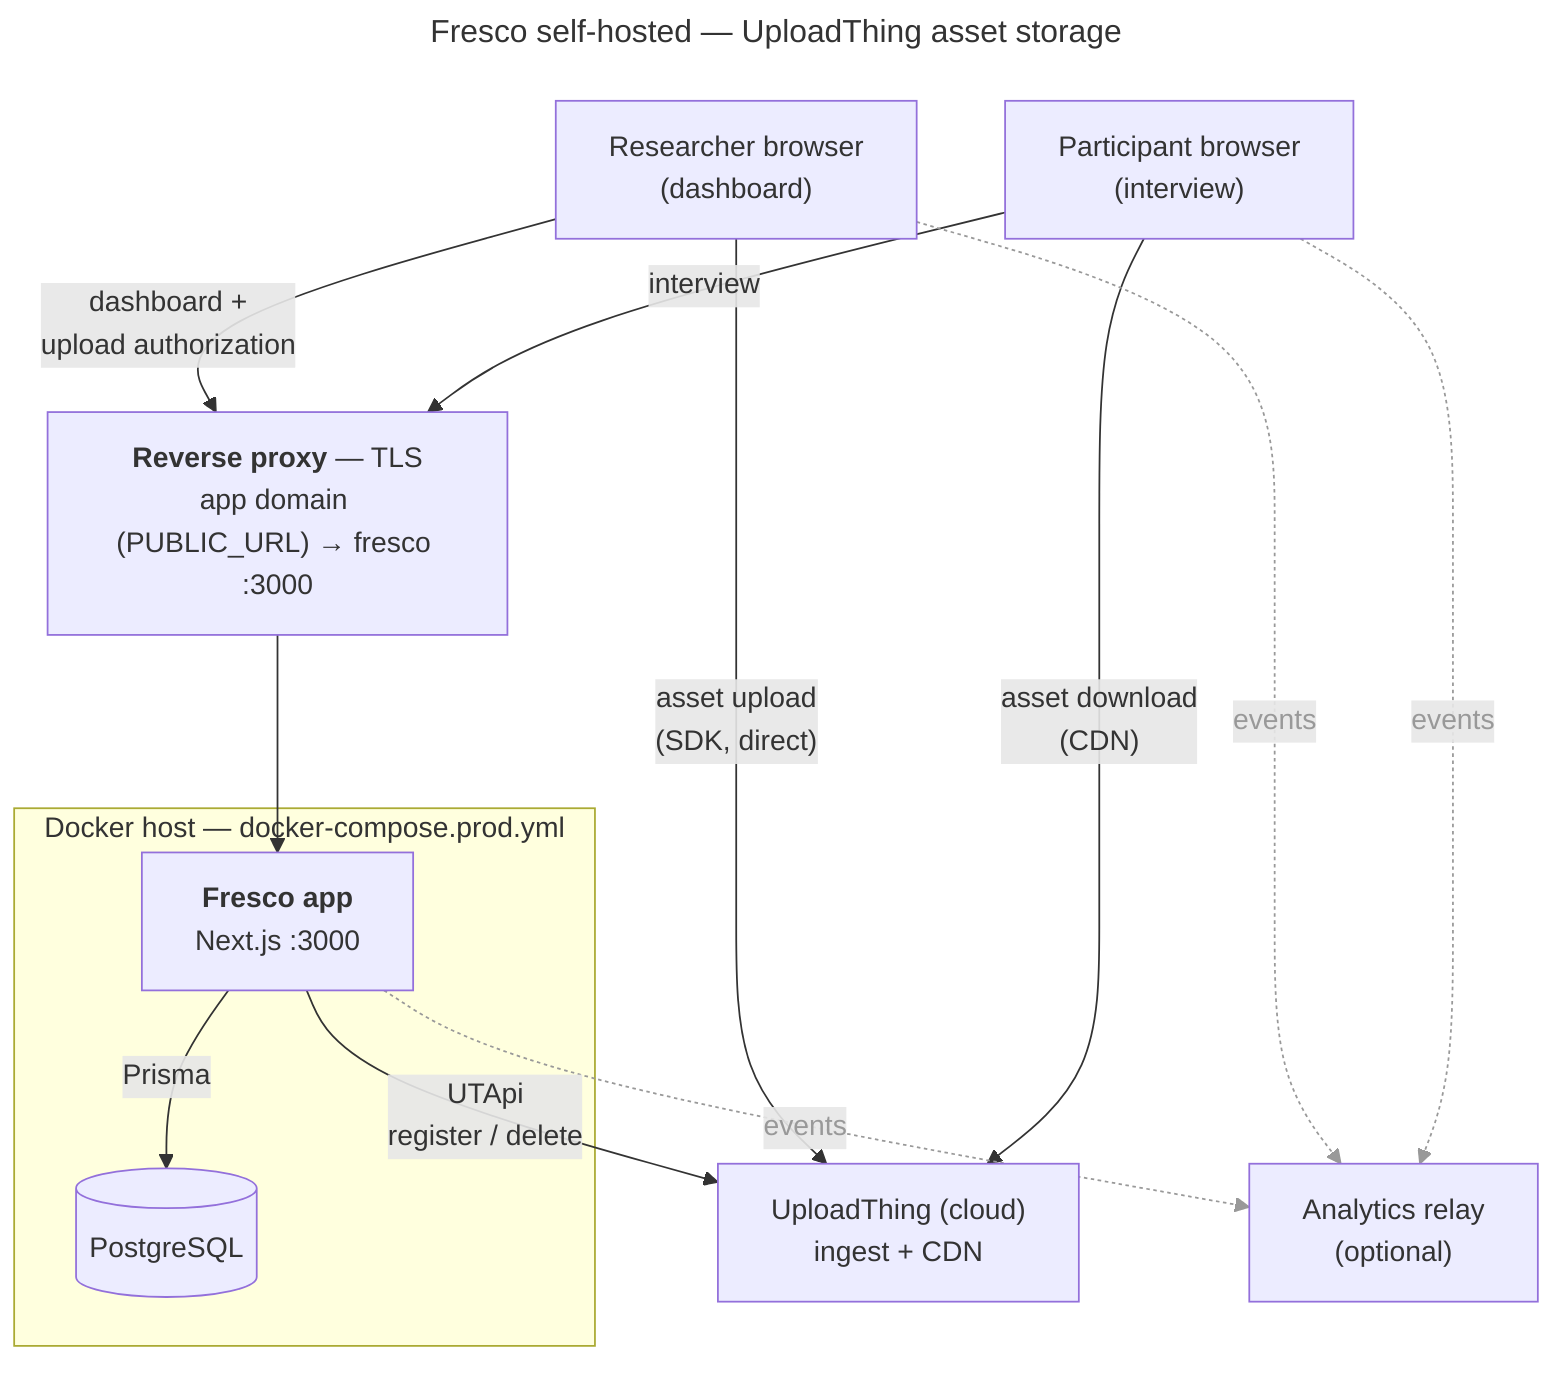
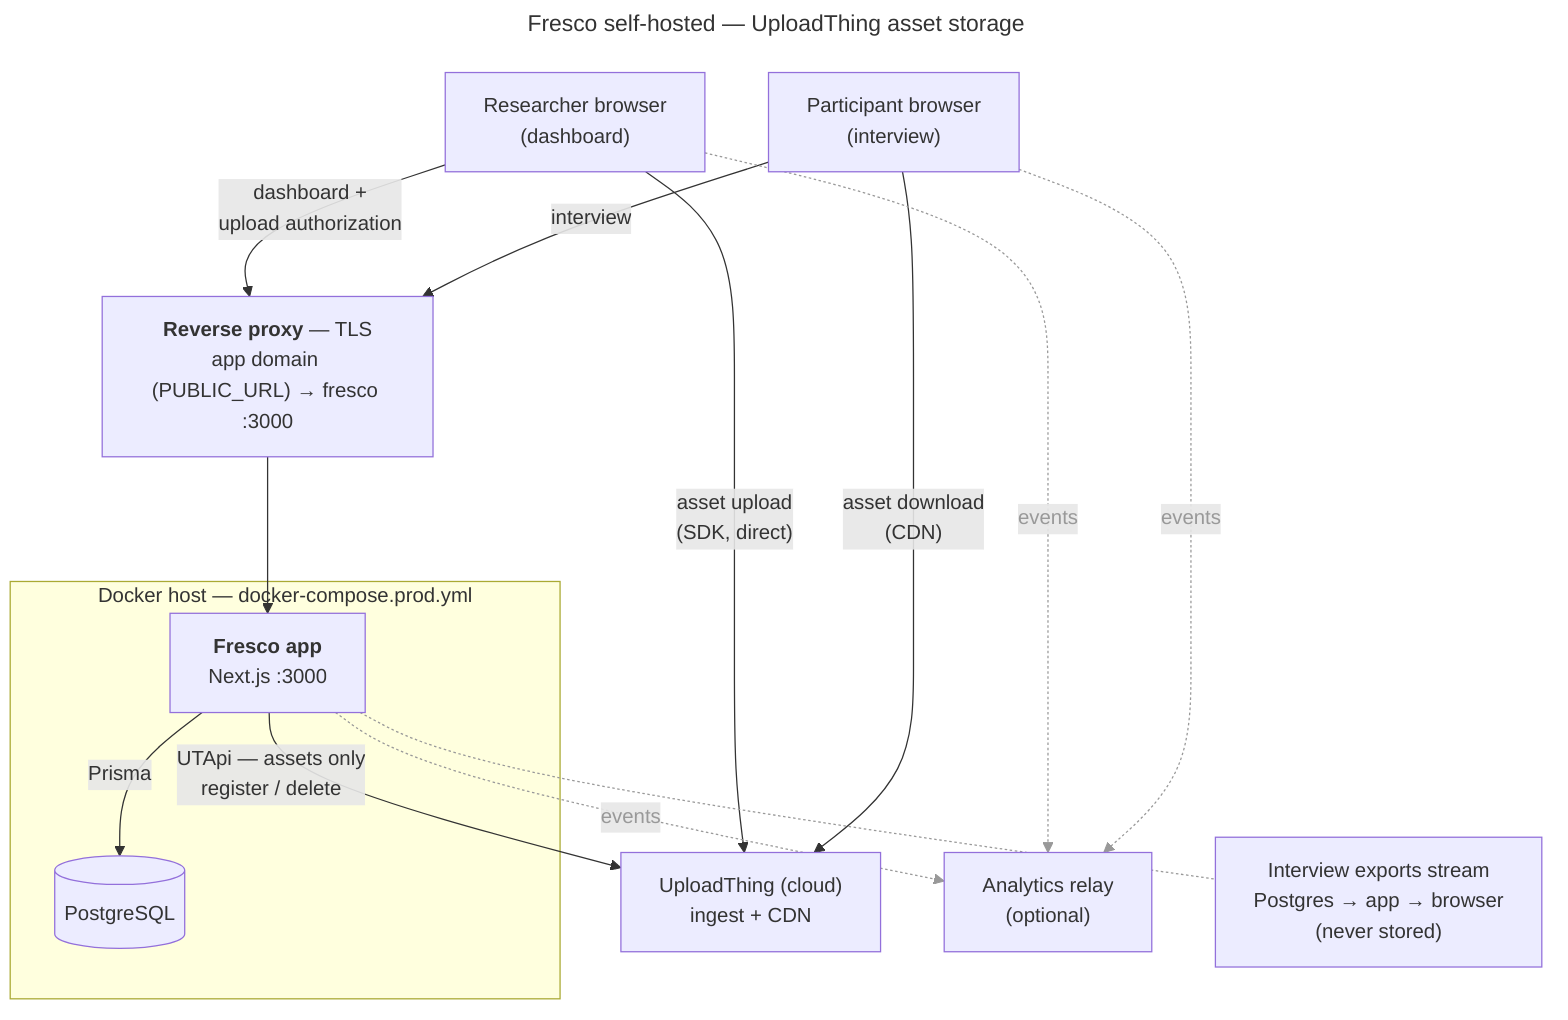
---
title: "Fresco self-hosted — UploadThing asset storage"
---
flowchart TB
    admin["Researcher browser<br/>(dashboard)"]
    participant["Participant browser<br/>(interview)"]

    proxy["<b>Reverse proxy</b> — TLS<br/>app domain (PUBLIC_URL) → fresco :3000"]

    subgraph host["Docker host — docker-compose.prod.yml"]
        fresco["<b>Fresco app</b><br/>Next.js :3000"]
        postgres[("PostgreSQL")]
    end

    ut["UploadThing (cloud)<br/>ingest + CDN"]
    ph["Analytics relay<br/>(optional)"]
+     exports["Interview exports stream<br/>Postgres → app → browser<br/>(never stored)"]

    admin -->|"dashboard +<br/>upload authorization"| proxy
    participant -->|"interview"| proxy
    proxy --> fresco
    fresco -->|"Prisma"| postgres
    admin -->|"asset upload<br/>(SDK, direct)"| ut
    participant -->|"asset download<br/>(CDN)"| ut
-     fresco -->|"UTApi<br/>register / delete"| ut
+     fresco -->|"UTApi — assets only<br/>register / delete"| ut
    admin -.->|"events"| ph
    participant -.->|"events"| ph
    fresco -.->|"events"| ph
+     fresco -.- exports

-     linkStyle 7,8,9 stroke:#999,color:#999
+     linkStyle 7,8,9,10 stroke:#999,color:#999
